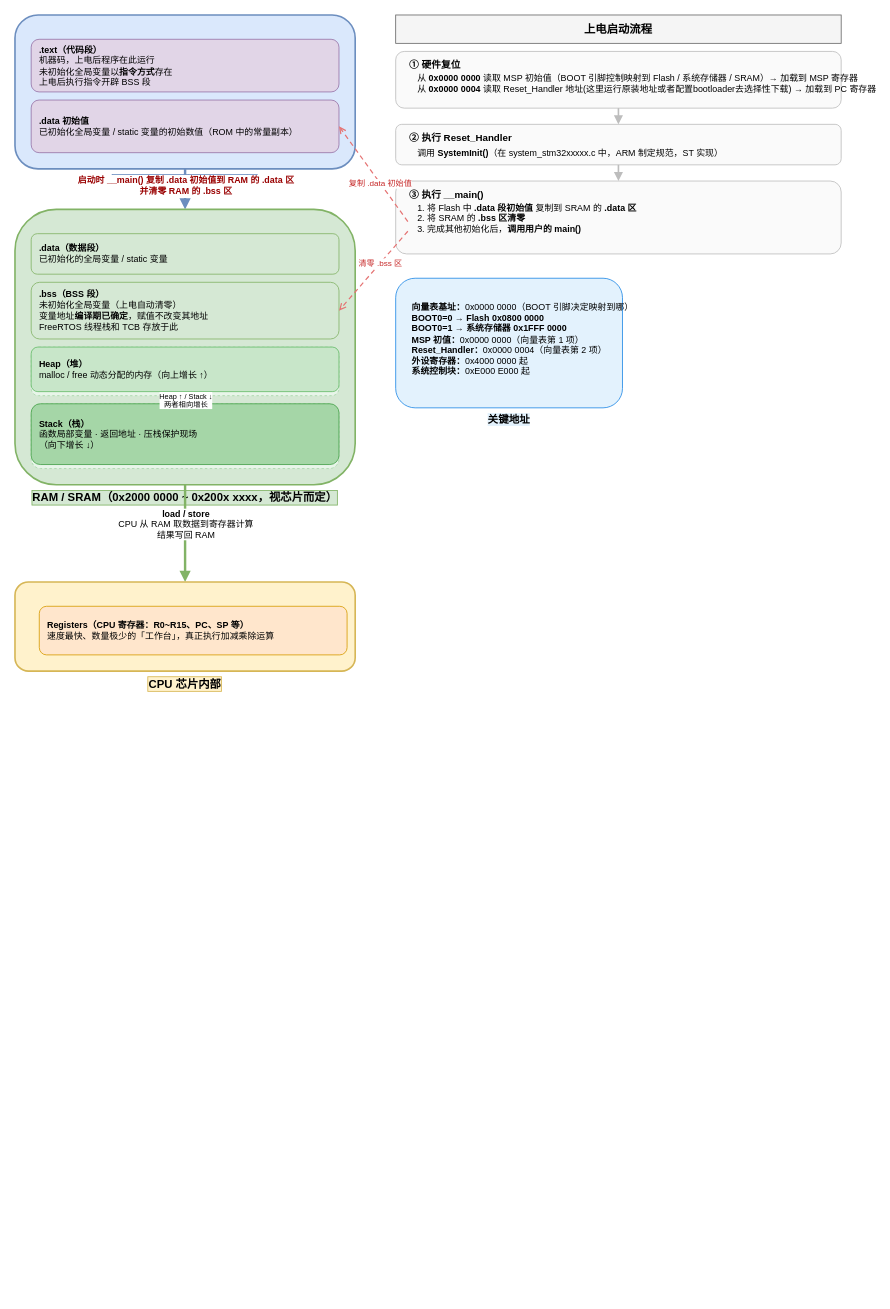
Before: 术中自有万钟粟/Cortex-M4内核原理/arm_mcu内存划分.drawio in evil0knight/Basic_learning_record, a draw.io diagram. Source tidied: cells renumbered, new cells numbered last; positions are measured from the earlier drawing's top-left corner, leaving out a move shared by most shapes. Both pictures are drawn from the tidied source at 81%, with x=0, y=0 at pixel (15, 15).
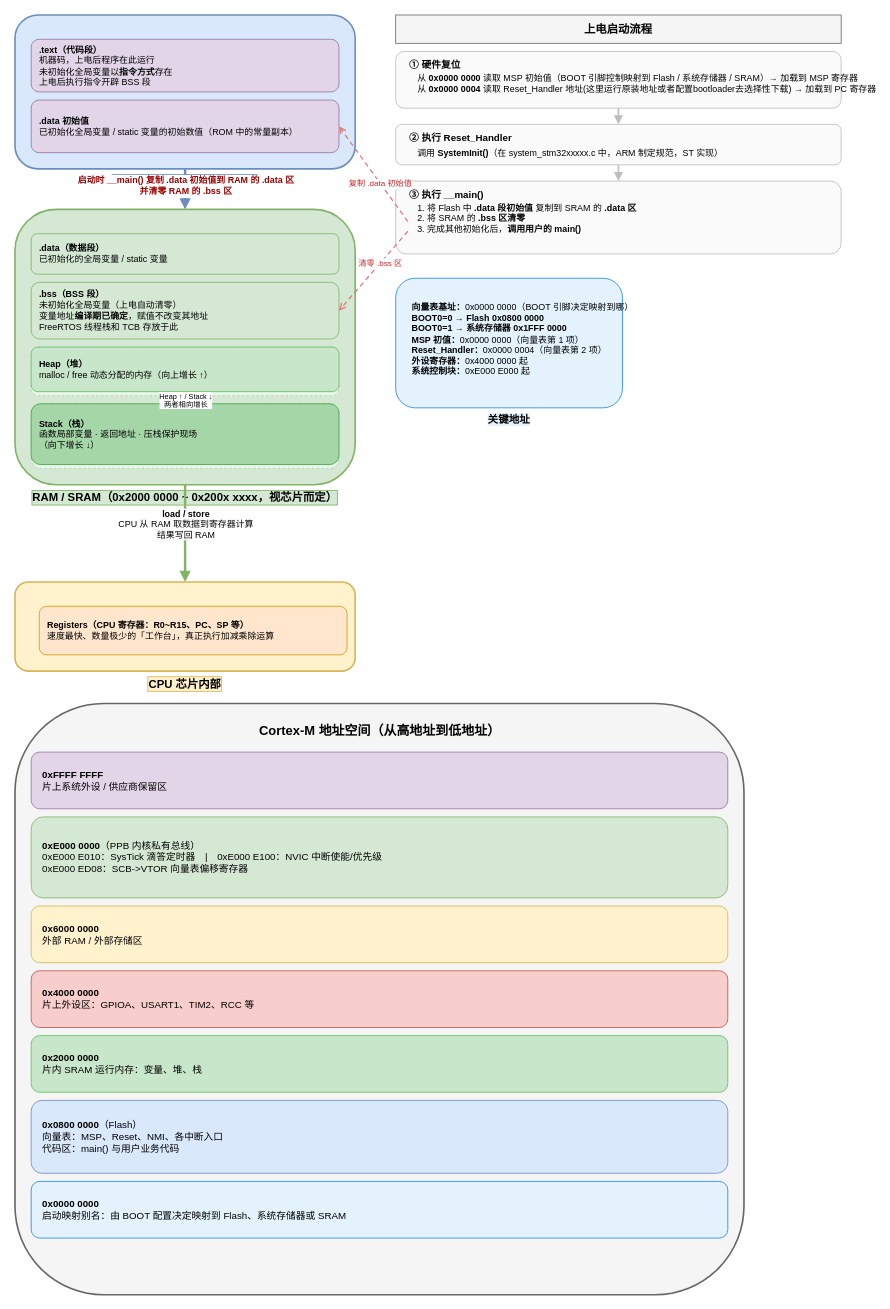
Above is the later version.

Commit message:
更新 Cortex-M 内存地址空间图

The edit, as a diff of the source:
```diff
@@
+    <mxCell id="36" style="rounded=1;whiteSpace=wrap;html=1;fillColor=#f5f5f5;strokeColor=#666666;strokeWidth=2;" parent="1" vertex="1">
+      <mxGeometry y="850" width="900" height="730" as="geometry" />
+    </mxCell>
+    <mxCell id="37" value="Cortex-M 地址空间（从高地址到低地址）" style="text;html=1;fontSize=16;fontStyle=1;align=center;verticalAlign=middle;" parent="1" vertex="1">
+      <mxGeometry x="20" y="865" width="860" height="35" as="geometry" />
+    </mxCell>
+    <mxCell id="38" value="&lt;b&gt;0xFFFF FFFF&lt;/b&gt;&lt;br&gt;片上系统外设 / 供应商保留区" style="rounded=1;whiteSpace=wrap;html=1;fillColor=#e1d5e7;strokeColor=#9673a6;fontSize=12;align=left;spacingLeft=12;" parent="1" vertex="1">
+      <mxGeometry x="20" y="910" width="860" height="70" as="geometry" />
+    </mxCell>
+    <mxCell id="39" value="&lt;b&gt;0xE000 0000&lt;/b&gt;（PPB 内核私有总线）&lt;br&gt;0xE000 E010：SysTick 滴答定时器　|　0xE000 E100：NVIC 中断使能/优先级&lt;br&gt;0xE000 ED08：SCB-&gt;VTOR 向量表偏移寄存器" style="rounded=1;whiteSpace=wrap;html=1;fillColor=#d5e8d4;strokeColor=#82b366;fontSize=12;align=left;spacingLeft=12;" parent="1" vertex="1">
+      <mxGeometry x="20" y="990" width="860" height="100" as="geometry" />
+    </mxCell>
+    <mxCell id="40" value="&lt;b&gt;0x6000 0000&lt;/b&gt;&lt;br&gt;外部 RAM / 外部存储区" style="rounded=1;whiteSpace=wrap;html=1;fillColor=#fff2cc;strokeColor=#d6b656;fontSize=12;align=left;spacingLeft=12;" parent="1" vertex="1">
+      <mxGeometry x="20" y="1100" width="860" height="70" as="geometry" />
+    </mxCell>
+    <mxCell id="41" value="&lt;b&gt;0x4000 0000&lt;/b&gt;&lt;br&gt;片上外设区：GPIOA、USART1、TIM2、RCC 等" style="rounded=1;whiteSpace=wrap;html=1;fillColor=#f8cecc;strokeColor=#b85450;fontSize=12;align=left;spacingLeft=12;" parent="1" vertex="1">
+      <mxGeometry x="20" y="1180" width="860" height="70" as="geometry" />
+    </mxCell>
+    <mxCell id="42" value="&lt;b&gt;0x2000 0000&lt;/b&gt;&lt;br&gt;片内 SRAM 运行内存：变量、堆、栈" style="rounded=1;whiteSpace=wrap;html=1;fillColor=#c8e6c9;strokeColor=#66bb6a;fontSize=12;align=left;spacingLeft=12;" parent="1" vertex="1">
+      <mxGeometry x="20" y="1260" width="860" height="70" as="geometry" />
+    </mxCell>
+    <mxCell id="43" value="&lt;b&gt;0x0800 0000&lt;/b&gt;（Flash）&lt;br&gt;向量表：MSP、Reset、NMI、各中断入口&lt;br&gt;代码区：main() 与用户业务代码" style="rounded=1;whiteSpace=wrap;html=1;fillColor=#dae8fc;strokeColor=#6c8ebf;fontSize=12;align=left;spacingLeft=12;" parent="1" vertex="1">
+      <mxGeometry x="20" y="1340" width="860" height="90" as="geometry" />
+    </mxCell>
+    <mxCell id="44" value="&lt;b&gt;0x0000 0000&lt;/b&gt;&lt;br&gt;启动映射别名：由 BOOT 配置决定映射到 Flash、系统存储器或 SRAM" style="rounded=1;whiteSpace=wrap;html=1;fillColor=#e3f2fd;strokeColor=#1e88e5;fontSize=12;align=left;spacingLeft=12;" parent="1" vertex="1">
+      <mxGeometry x="20" y="1440" width="860" height="70" as="geometry" />
+    </mxCell>
```
